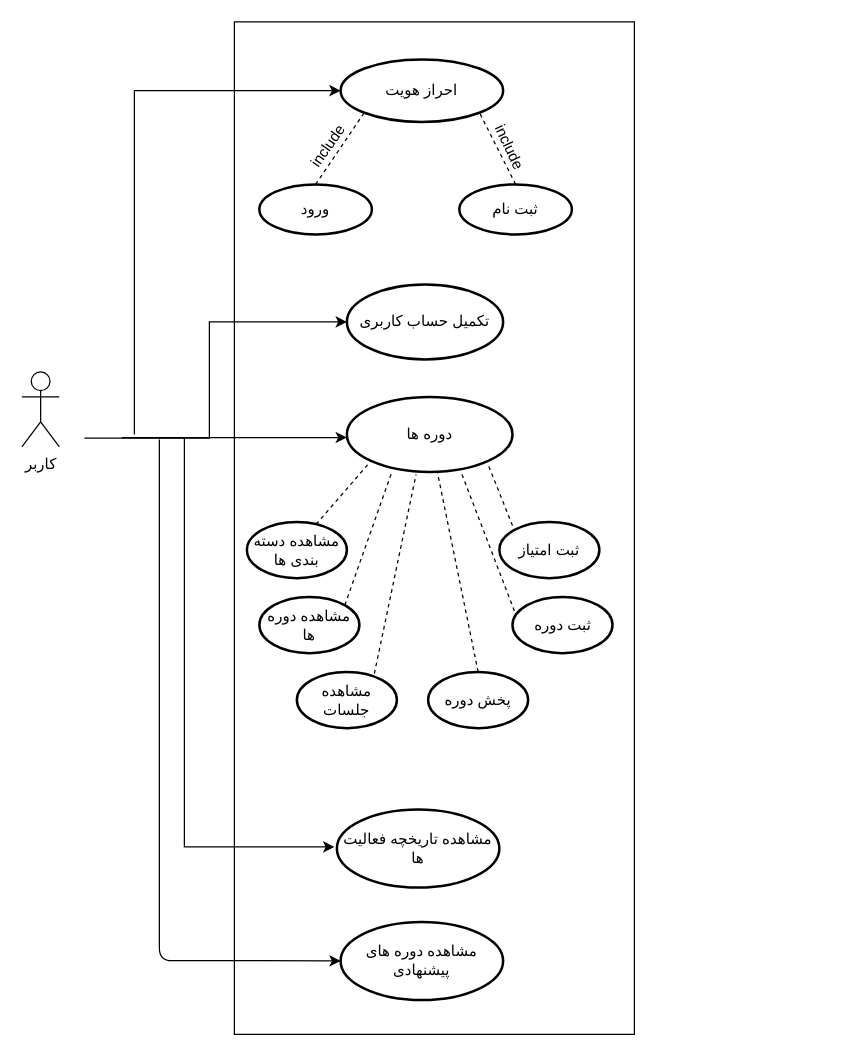
This is Docs./Usecase.drawio from ShadiMe-flutter/Workout, a draw.io file, before an edit. Source tidied: cells renumbered, new cells numbered last; positions are measured from the earlier drawing's top-left corner, leaving out a move shared by most shapes. Both pictures are drawn from the tidied source at 125%, with x=0, y=0 at pixel (21, 21).
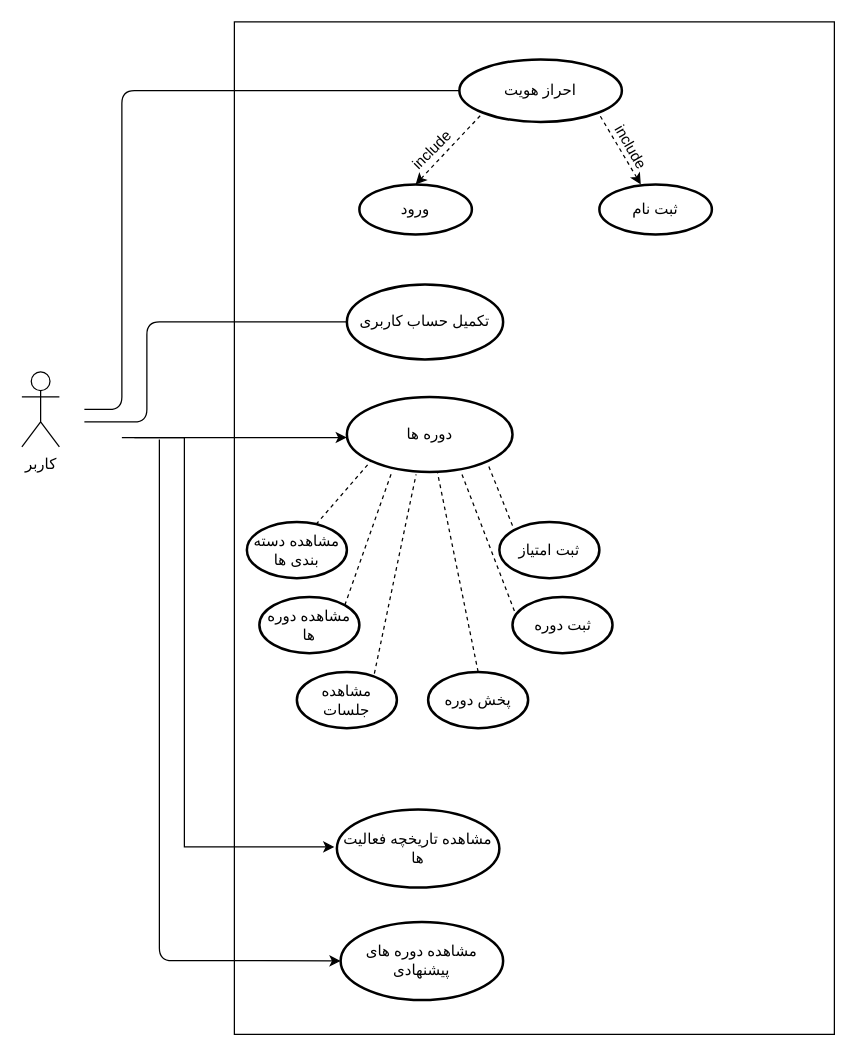
Above is the later version.

Unchanged cells that the change refers to:
```xml
<mxCell id="17" value="تکمیل حساب کاربری" style="strokeWidth=2;html=1;shape=mxgraph.flowchart.start_1;whiteSpace=wrap;" parent="1" vertex="1">
  <mxGeometry x="260" y="210" width="125" height="60" as="geometry" />
</mxCell>
```

What changed in the source:
```diff
@@
     <mxCell id="3" style="verticalLabelPosition=bottom;verticalAlign=top;html=1;shape=mxgraph.basic.rect;fillColor2=none;strokeWidth=1;size=20;indent=5;direction=south;" parent="1" vertex="1">
-      <mxGeometry x="170" width="320" height="810" as="geometry" />
+      <mxGeometry x="170" width="480" height="810" as="geometry" />
     </mxCell>
     <mxCell id="4" value="احراز هویت" style="strokeWidth=2;html=1;shape=mxgraph.flowchart.start_1;whiteSpace=wrap;" parent="1" vertex="1">
-      <mxGeometry x="255" y="30" width="130" height="50" as="geometry" />
+      <mxGeometry x="350" y="30" width="130" height="50" as="geometry" />
     </mxCell>
     <mxCell id="5" value="ورود" style="strokeWidth=2;html=1;shape=mxgraph.flowchart.start_1;whiteSpace=wrap;" parent="1" vertex="1">
-      <mxGeometry x="190" y="130" width="90" height="40" as="geometry" />
+      <mxGeometry x="270" y="130" width="90" height="40" as="geometry" />
     </mxCell>
     <mxCell id="6" value="ثبت نام" style="strokeWidth=2;html=1;shape=mxgraph.flowchart.start_1;whiteSpace=wrap;" parent="1" vertex="1">
-      <mxGeometry x="350" y="130" width="90" height="40" as="geometry" />
+      <mxGeometry x="462" y="130" width="90" height="40" as="geometry" />
     </mxCell>
-    <mxCell id="7" style="endArrow=none;dashed=1;html=1;exitX=0.5;exitY=0;exitDx=0;exitDy=0;exitPerimeter=0;entryX=0.145;entryY=0.855;entryDx=0;entryDy=0;entryPerimeter=0;" parent="1" edge="1" source="5" target="4">
+    <mxCell id="7" style="endArrow=none;dashed=1;html=1;exitX=0.5;exitY=0;exitDx=0;exitDy=0;exitPerimeter=0;entryX=0.145;entryY=0.855;entryDx=0;entryDy=0;entryPerimeter=0;startArrow=classic;startFill=1;" parent="1" edge="1" source="5" target="4">
       <mxGeometry relative="1" as="geometry" />
     </mxCell>
-    <mxCell id="8" style="endArrow=none;dashed=1;html=1;entryX=0.855;entryY=0.855;entryDx=0;entryDy=0;entryPerimeter=0;" parent="1" edge="1" target="4">
-      <mxGeometry relative="1" as="geometry">
-        <mxPoint x="395" y="130" as="sourcePoint" />
-      </mxGeometry>
+    <mxCell id="8" style="endArrow=none;dashed=1;html=1;entryX=0.855;entryY=0.855;entryDx=0;entryDy=0;entryPerimeter=0;startArrow=classic;startFill=1;" parent="1" edge="1" source="6" target="4">
+      <mxGeometry relative="1" as="geometry" />
     </mxCell>
-    <mxCell id="9" value="include" style="text;html=1;align=center;verticalAlign=middle;fillColor=none;strokeColor=none;rounded=0;rotation=305;direction=east;" parent="1" vertex="1">
-      <mxGeometry x="220" y="90" width="50" height="20" as="geometry" />
+    <mxCell id="9" value="include" style="text;html=1;align=center;verticalAlign=middle;fillColor=none;strokeColor=none;rounded=0;rotation=-45;direction=east;" parent="1" vertex="1">
+      <mxGeometry x="303.2" y="93" width="50" height="20" as="geometry" />
     </mxCell>
-    <mxCell id="10" value="include" style="text;html=1;align=center;verticalAlign=middle;fillColor=none;strokeColor=none;rounded=0;rotation=65;" parent="1" vertex="1">
-      <mxGeometry x="365" y="90" width="50" height="20" as="geometry" />
+    <mxCell id="10" value="include" style="text;html=1;align=center;verticalAlign=middle;fillColor=none;strokeColor=none;rounded=0;rotation=60;" parent="1" vertex="1">
+      <mxGeometry x="462" y="90" width="50" height="20" as="geometry" />
     </mxCell>
@@
-    <mxCell id="15" style="edgeStyle=orthogonalEdgeStyle;rounded=0;jettySize=auto;html=1;entryX=0;entryY=0.5;entryDx=0;entryDy=0;entryPerimeter=0;" parent="1" edge="1" target="17">
-      <mxGeometry relative="1" as="geometry">
-        <mxPoint x="50" y="333" as="sourcePoint" />
-        <Array as="points">
-          <mxPoint x="150" y="333" />
-          <mxPoint x="150" y="240" />
-        </Array>
-      </mxGeometry>
-    </mxCell>
-    <mxCell id="16" style="edgeStyle=orthogonalEdgeStyle;rounded=0;jettySize=auto;html=1;entryX=0;entryY=0.5;entryDx=0;entryDy=0;entryPerimeter=0;" parent="1" edge="1" target="4">
-      <mxGeometry relative="1" as="geometry">
-        <mxPoint x="90" y="330" as="sourcePoint" />
-        <Array as="points">
-          <mxPoint x="90" y="55" />
-        </Array>
-      </mxGeometry>
-    </mxCell>
@@
+    <mxCell id="32" style="endArrow=none;html=1;entryX=0;entryY=0.5;entryDx=0;entryDy=0;entryPerimeter=0;" parent="1" edge="1" target="4">
+      <mxGeometry relative="1" as="geometry">
+        <mxPoint x="50" y="310" as="sourcePoint" />
+        <Array as="points">
+          <mxPoint x="80" y="310" />
+          <mxPoint x="80" y="180" />
+          <mxPoint x="80" y="55" />
+        </Array>
+      </mxGeometry>
+    </mxCell>
+    <mxCell id="33" style="endArrow=none;html=1;entryX=0;entryY=0.5;entryDx=0;entryDy=0;entryPerimeter=0;" parent="1" edge="1" target="17">
+      <mxGeometry relative="1" as="geometry">
+        <mxPoint x="50" y="320" as="sourcePoint" />
+        <Array as="points">
+          <mxPoint x="100" y="320" />
+          <mxPoint x="100" y="240" />
+        </Array>
+      </mxGeometry>
+    </mxCell>
```
